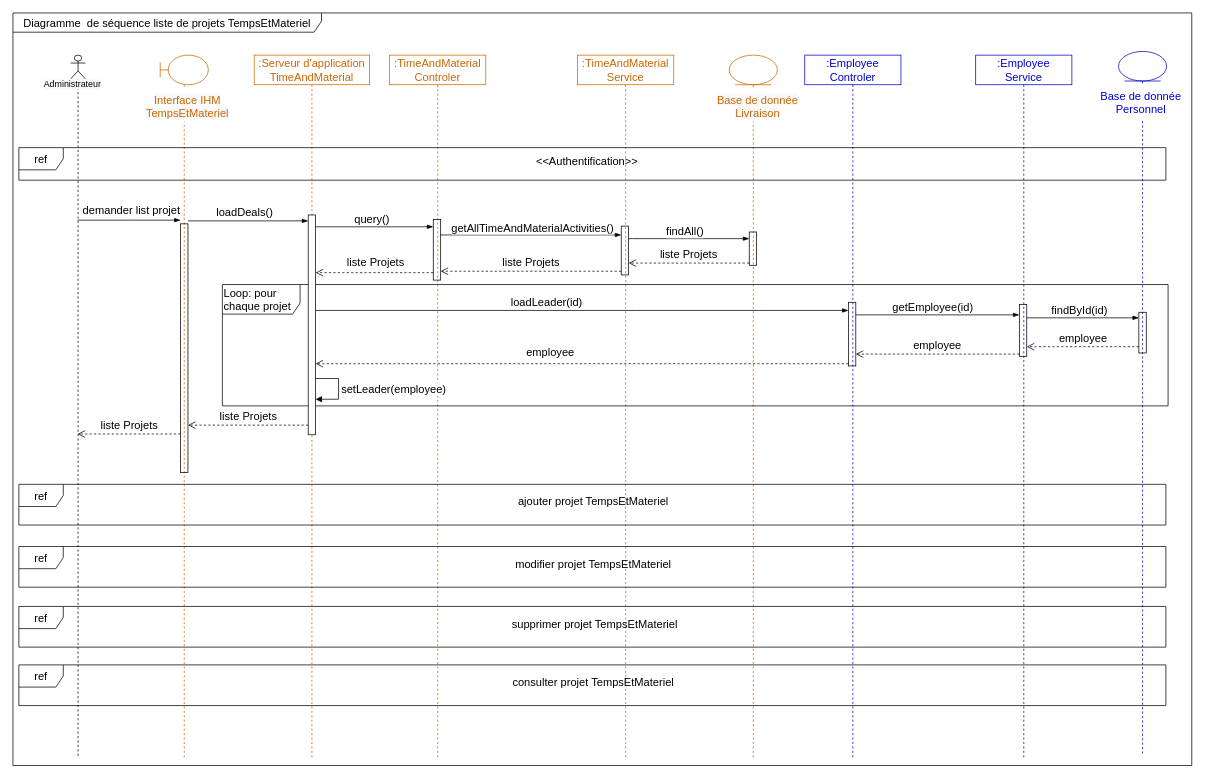
The draw.io diagram Delivery/TimeAndMaterialProjectListDiagrammeSequence.drawio in ZidiMedAmine/UML, before the edit. Source tidied: cells renumbered, new cells numbered last; positions are measured from the earlier drawing's top-left corner, leaving out a move shared by most shapes. Both pictures are drawn from the tidied source at 74%, with x=0, y=0 at pixel (13, 13).
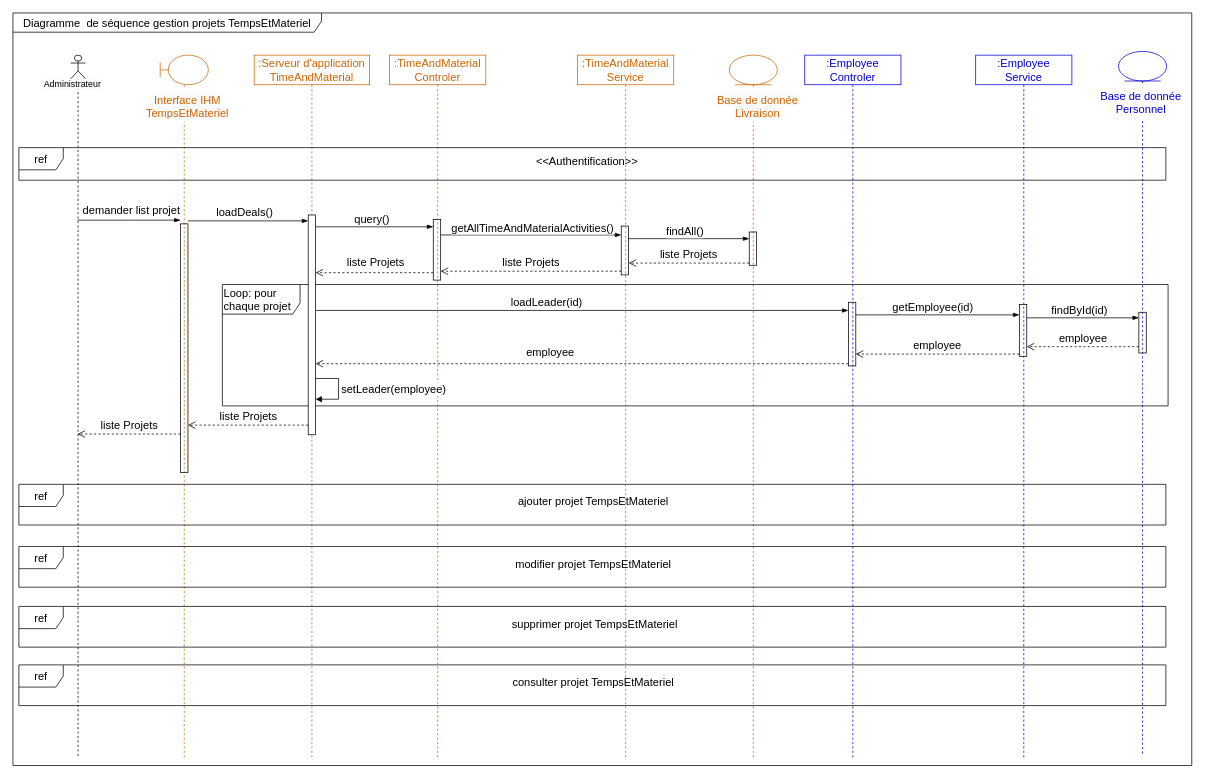
The same page after the edit.

Commit message:
Mettre à jour TimeAndMaterialProjectListDiagrammeSequence.drawio

The edit, as a diff of the source:
```diff
@@
-    <mxCell id="2" value="Diagramme&amp;nbsp; de séquence liste de projets TempsEtMateriel" style="shape=umlFrame;whiteSpace=wrap;html=1;rounded=0;shadow=0;glass=0;sketch=0;fontSize=15;fillColor=none;width=417;height=26;" parent="1" vertex="1">
+    <mxCell id="2" value="Diagramme&amp;nbsp; de séquence gestion projets TempsEtMateriel" style="shape=umlFrame;whiteSpace=wrap;html=1;rounded=0;shadow=0;glass=0;sketch=0;fontSize=15;fillColor=none;width=417;height=26;" parent="1" vertex="1">
       <mxGeometry width="1593" height="1017" as="geometry" />
     </mxCell>
```
